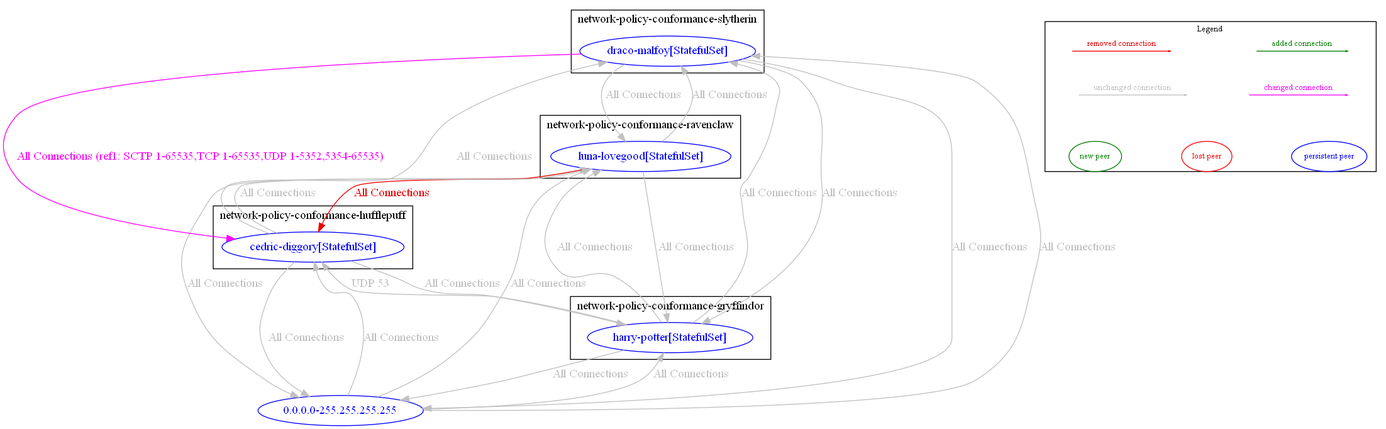
This is test_outputs/diff/diff_between_anp_test_6_swapping_rules_and_anp_test_6.dot.png from np-guard/netpol-analyzer, a Graphviz export, as it was before one commit. Its source is kept beside it as test_outputs/diff/diff_between_anp_test_6_swapping_rules_and_anp_test_6.dot. Its diagram source:
```dot
digraph {
	subgraph "cluster_network_policy_conformance_gryffindor" {
		color="black"
		fontcolor="black"
		"network-policy-conformance-gryffindor/harry-potter[StatefulSet]" [label="harry-potter[StatefulSet]" color="blue" fontcolor="blue"]
		label="network-policy-conformance-gryffindor"
	}
	subgraph "cluster_network_policy_conformance_hufflepuff" {
		color="black"
		fontcolor="black"
		"network-policy-conformance-hufflepuff/cedric-diggory[StatefulSet]" [label="cedric-diggory[StatefulSet]" color="blue" fontcolor="blue"]
		label="network-policy-conformance-hufflepuff"
	}
	subgraph "cluster_network_policy_conformance_ravenclaw" {
		color="black"
		fontcolor="black"
		"network-policy-conformance-ravenclaw/luna-lovegood[StatefulSet]" [label="luna-lovegood[StatefulSet]" color="blue" fontcolor="blue"]
		label="network-policy-conformance-ravenclaw"
	}
	subgraph "cluster_network_policy_conformance_slytherin" {
		color="black"
		fontcolor="black"
		"network-policy-conformance-slytherin/draco-malfoy[StatefulSet]" [label="draco-malfoy[StatefulSet]" color="blue" fontcolor="blue"]
		label="network-policy-conformance-slytherin"
	}
	"0.0.0.0-255.255.255.255" [label="0.0.0.0-255.255.255.255" color="blue" fontcolor="blue"]
	"0.0.0.0-255.255.255.255" -> "network-policy-conformance-gryffindor/harry-potter[StatefulSet]" [label="All Connections" color="grey" fontcolor="grey" weight=0.5]
	"0.0.0.0-255.255.255.255" -> "network-policy-conformance-hufflepuff/cedric-diggory[StatefulSet]" [label="All Connections" color="grey" fontcolor="grey" weight=0.5]
	"0.0.0.0-255.255.255.255" -> "network-policy-conformance-ravenclaw/luna-lovegood[StatefulSet]" [label="All Connections" color="grey" fontcolor="grey" weight=0.5]
	"0.0.0.0-255.255.255.255" -> "network-policy-conformance-slytherin/draco-malfoy[StatefulSet]" [label="All Connections" color="grey" fontcolor="grey" weight=0.5]
	"network-policy-conformance-gryffindor/harry-potter[StatefulSet]" -> "0.0.0.0-255.255.255.255" [label="All Connections" color="grey" fontcolor="grey" weight=1]
	"network-policy-conformance-gryffindor/harry-potter[StatefulSet]" -> "network-policy-conformance-hufflepuff/cedric-diggory[StatefulSet]" [label="UDP 53" color="grey" fontcolor="grey" weight=0.5]
	"network-policy-conformance-gryffindor/harry-potter[StatefulSet]" -> "network-policy-conformance-ravenclaw/luna-lovegood[StatefulSet]" [label="All Connections" color="grey" fontcolor="grey" weight=0.5]
	"network-policy-conformance-gryffindor/harry-potter[StatefulSet]" -> "network-policy-conformance-slytherin/draco-malfoy[StatefulSet]" [label="All Connections" color="grey" fontcolor="grey" weight=0.5]
	"network-policy-conformance-hufflepuff/cedric-diggory[StatefulSet]" -> "0.0.0.0-255.255.255.255" [label="All Connections" color="grey" fontcolor="grey" weight=1]
	"network-policy-conformance-hufflepuff/cedric-diggory[StatefulSet]" -> "network-policy-conformance-gryffindor/harry-potter[StatefulSet]" [label="All Connections" color="grey" fontcolor="grey" weight=1]
	"network-policy-conformance-hufflepuff/cedric-diggory[StatefulSet]" -> "network-policy-conformance-ravenclaw/luna-lovegood[StatefulSet]" [label="All Connections" color="grey" fontcolor="grey" weight=0.5]
	"network-policy-conformance-hufflepuff/cedric-diggory[StatefulSet]" -> "network-policy-conformance-slytherin/draco-malfoy[StatefulSet]" [label="All Connections" color="grey" fontcolor="grey" weight=0.5]
	"network-policy-conformance-ravenclaw/luna-lovegood[StatefulSet]" -> "0.0.0.0-255.255.255.255" [label="All Connections" color="grey" fontcolor="grey" weight=1]
	"network-policy-conformance-ravenclaw/luna-lovegood[StatefulSet]" -> "network-policy-conformance-gryffindor/harry-potter[StatefulSet]" [label="All Connections" color="grey" fontcolor="grey" weight=1]
	"network-policy-conformance-ravenclaw/luna-lovegood[StatefulSet]" -> "network-policy-conformance-hufflepuff/cedric-diggory[StatefulSet]" [label="All Connections" color="red2" fontcolor="red2" weight=1]
	"network-policy-conformance-ravenclaw/luna-lovegood[StatefulSet]" -> "network-policy-conformance-slytherin/draco-malfoy[StatefulSet]" [label="All Connections" color="grey" fontcolor="grey" weight=0.5]
	"network-policy-conformance-slytherin/draco-malfoy[StatefulSet]" -> "0.0.0.0-255.255.255.255" [label="All Connections" color="grey" fontcolor="grey" weight=1]
	"network-policy-conformance-slytherin/draco-malfoy[StatefulSet]" -> "network-policy-conformance-gryffindor/harry-potter[StatefulSet]" [label="All Connections" color="grey" fontcolor="grey" weight=1]
	"network-policy-conformance-slytherin/draco-malfoy[StatefulSet]" -> "network-policy-conformance-hufflepuff/cedric-diggory[StatefulSet]" [label="All Connections (ref1: SCTP 1-65535,TCP 1-65535,UDP 1-5352,5354-65535)" color="magenta" fontcolor="magenta" weight=1]
	"network-policy-conformance-slytherin/draco-malfoy[StatefulSet]" -> "network-policy-conformance-ravenclaw/luna-lovegood[StatefulSet]" [label="All Connections" color="grey" fontcolor="grey" weight=1]
	nodesep=0.5
	subgraph cluster_legend {
		label="Legend"
		fontsize = 10
		margin=0
		a [style=invis height=0 width=0]
		b [style=invis height=0 width=0]
		c [style=invis height=0 width=0]
		d [style=invis height=0 width=0]
		e [style=invis height=0 width=0]
		f [style=invis height=0 width=0]
		g [style=invis height=0 width=0]
		h [style=invis height=0 width=0]
		{rank=source a b c d}
		{rank=same e f g h}
		a -> b [label="added connection", color="#008000" fontcolor="#008000" fontsize = 10 arrowsize=0.2]
		c -> d [label="removed connection", color="red2" fontcolor="red2" fontsize = 10 arrowsize=0.2]
		e -> f [label="changed connection", color="magenta" fontcolor="magenta" fontsize = 10 arrowsize=0.2]
		g -> h [label="unchanged connection", color="grey" fontcolor="grey" fontsize = 10 arrowsize=0.2]
		np [label="new peer" color="#008000" fontcolor="#008000" fontsize = 10]
		lp [label="lost peer" color="red" fontcolor="red" fontsize = 10]
		pp [label="persistent peer" color="blue" fontcolor="blue" fontsize = 10]
		{rank=sink np lp pp}
		np->lp [style=invis]
		lp->pp [style=invis]
	}
}
```
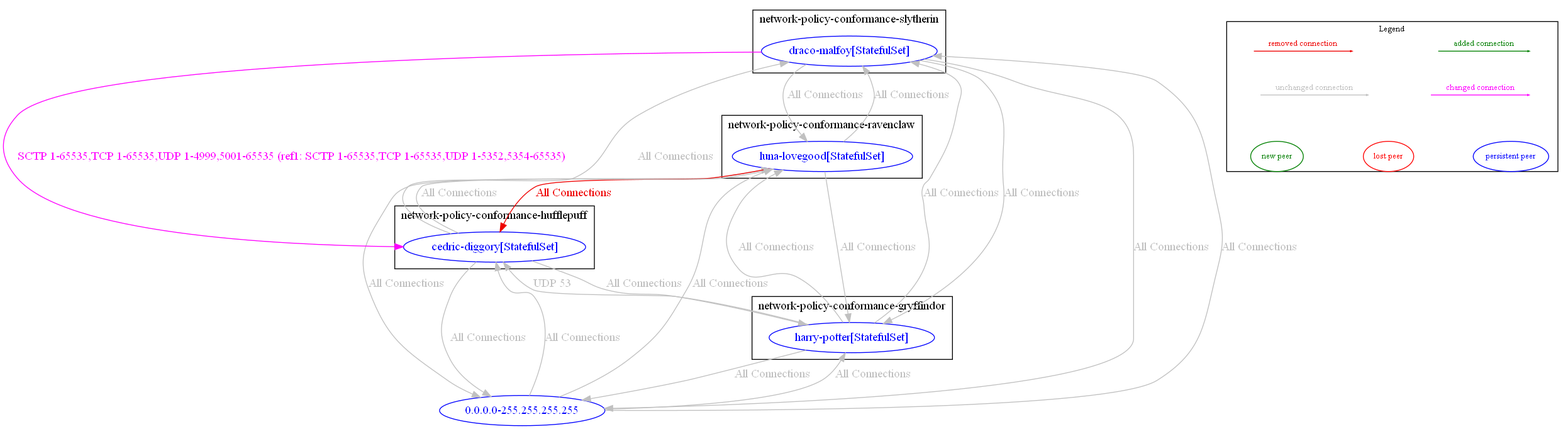
The same diagram one commit later.

Commit message:
updating test anp_test_6_swapping_rules

Change to the diagram source:
```diff
@@ -42,7 +42,7 @@
 	"network-policy-conformance-ravenclaw/luna-lovegood[StatefulSet]" -> "network-policy-conformance-slytherin/draco-malfoy[StatefulSet]" [label="All Connections" color="grey" fontcolor="grey" weight=0.5]
 	"network-policy-conformance-slytherin/draco-malfoy[StatefulSet]" -> "0.0.0.0-255.255.255.255" [label="All Connections" color="grey" fontcolor="grey" weight=1]
 	"network-policy-conformance-slytherin/draco-malfoy[StatefulSet]" -> "network-policy-conformance-gryffindor/harry-potter[StatefulSet]" [label="All Connections" color="grey" fontcolor="grey" weight=1]
-	"network-policy-conformance-slytherin/draco-malfoy[StatefulSet]" -> "network-policy-conformance-hufflepuff/cedric-diggory[StatefulSet]" [label="All Connections (ref1: SCTP 1-65535,TCP 1-65535,UDP 1-5352,5354-65535)" color="magenta" fontcolor="magenta" weight=1]
+	"network-policy-conformance-slytherin/draco-malfoy[StatefulSet]" -> "network-policy-conformance-hufflepuff/cedric-diggory[StatefulSet]" [label="SCTP 1-65535,TCP 1-65535,UDP 1-4999,5001-65535 (ref1: SCTP 1-65535,TCP 1-65535,UDP 1-5352,5354-65535)" color="magenta" fontcolor="magenta" weight=1]
 	"network-policy-conformance-slytherin/draco-malfoy[StatefulSet]" -> "network-policy-conformance-ravenclaw/luna-lovegood[StatefulSet]" [label="All Connections" color="grey" fontcolor="grey" weight=1]
 	nodesep=0.5
 	subgraph cluster_legend {
```
